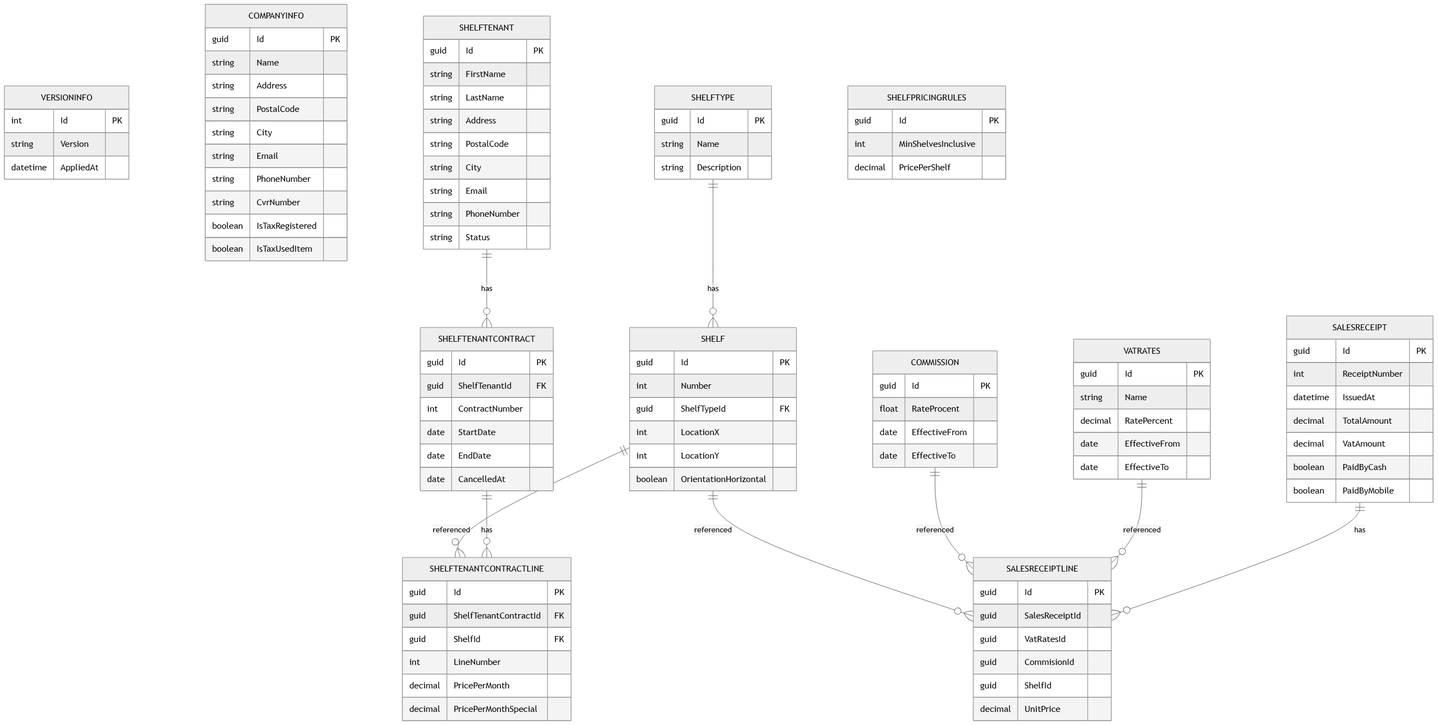
Earlier version of the Mermaid export docs/ER.png (DMOoF25-TEAM11/ShelfMarket). Its source is kept beside it as docs/ER.mmd.
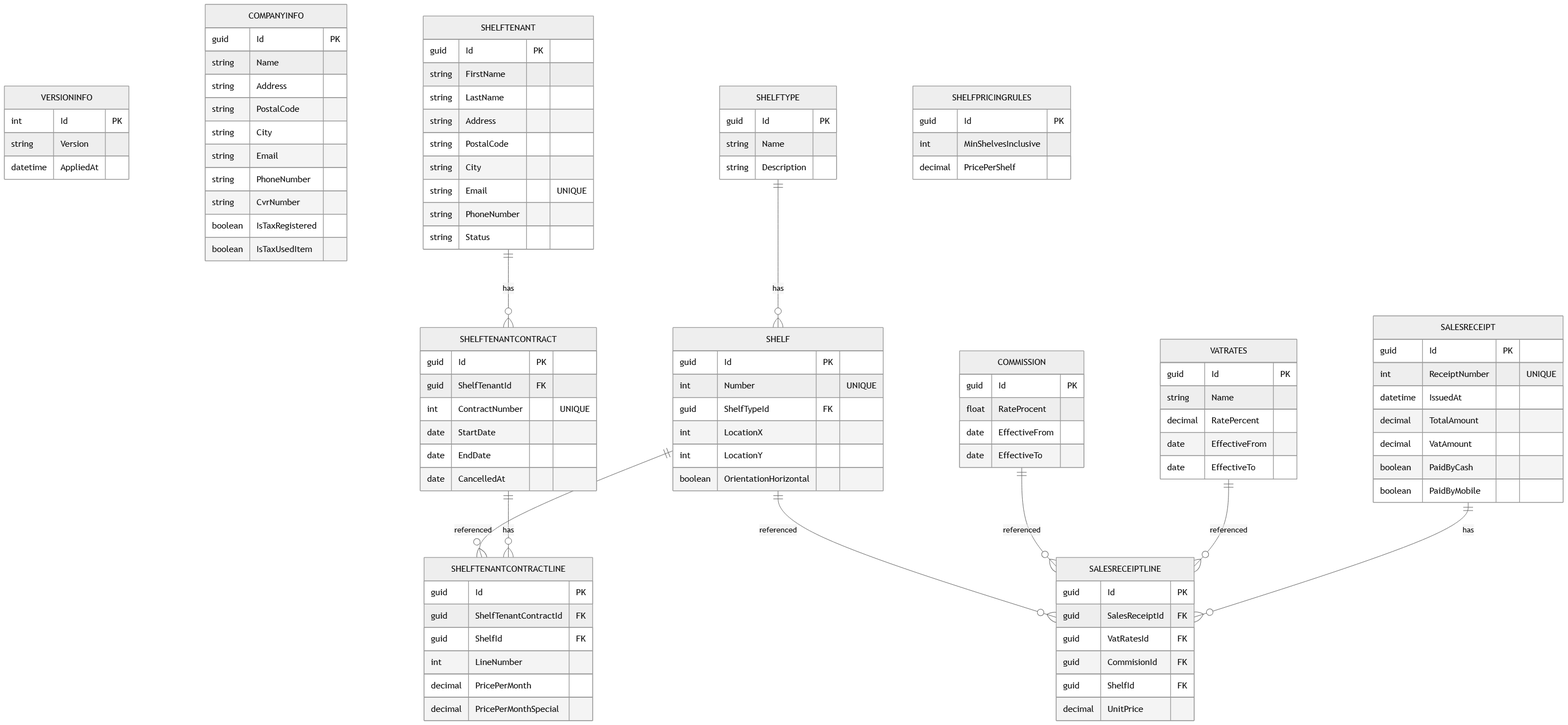
The same file after the commit.

The edit, as a diff of the source:
```diff
@@ -41,7 +41,7 @@
 
     SHELF {
         guid Id PK
-        int Number
+        int Number "UNIQUE"
         guid ShelfTypeId FK
         int LocationX
         int LocationY
@@ -55,7 +55,7 @@
         string Address
         string PostalCode
         string City
-        string Email
+        string Email "UNIQUE"
         string PhoneNumber
         string Status
     }
@@ -63,7 +63,7 @@
     SHELFTENANTCONTRACT {
         guid Id PK
         guid ShelfTenantId FK
-        int ContractNumber
+        int ContractNumber "UNIQUE"
         date StartDate
         date EndDate
         date CancelledAt
@@ -86,7 +86,7 @@
 
     SALESRECEIPT {
         guid Id PK
-        int ReceiptNumber
+        int ReceiptNumber "UNIQUE"
         datetime IssuedAt
         decimal TotalAmount
         decimal VatAmount
@@ -96,10 +96,10 @@
 
     SALESRECEIPTLINE {
         guid Id PK
-        guid SalesReceiptId
-        guid VatRatesId
-        guid CommisionId
-        guid ShelfId
+        guid SalesReceiptId FK
+        guid VatRatesId FK
+        guid CommisionId FK
+        guid ShelfId FK
         decimal UnitPrice
     }
 
```
